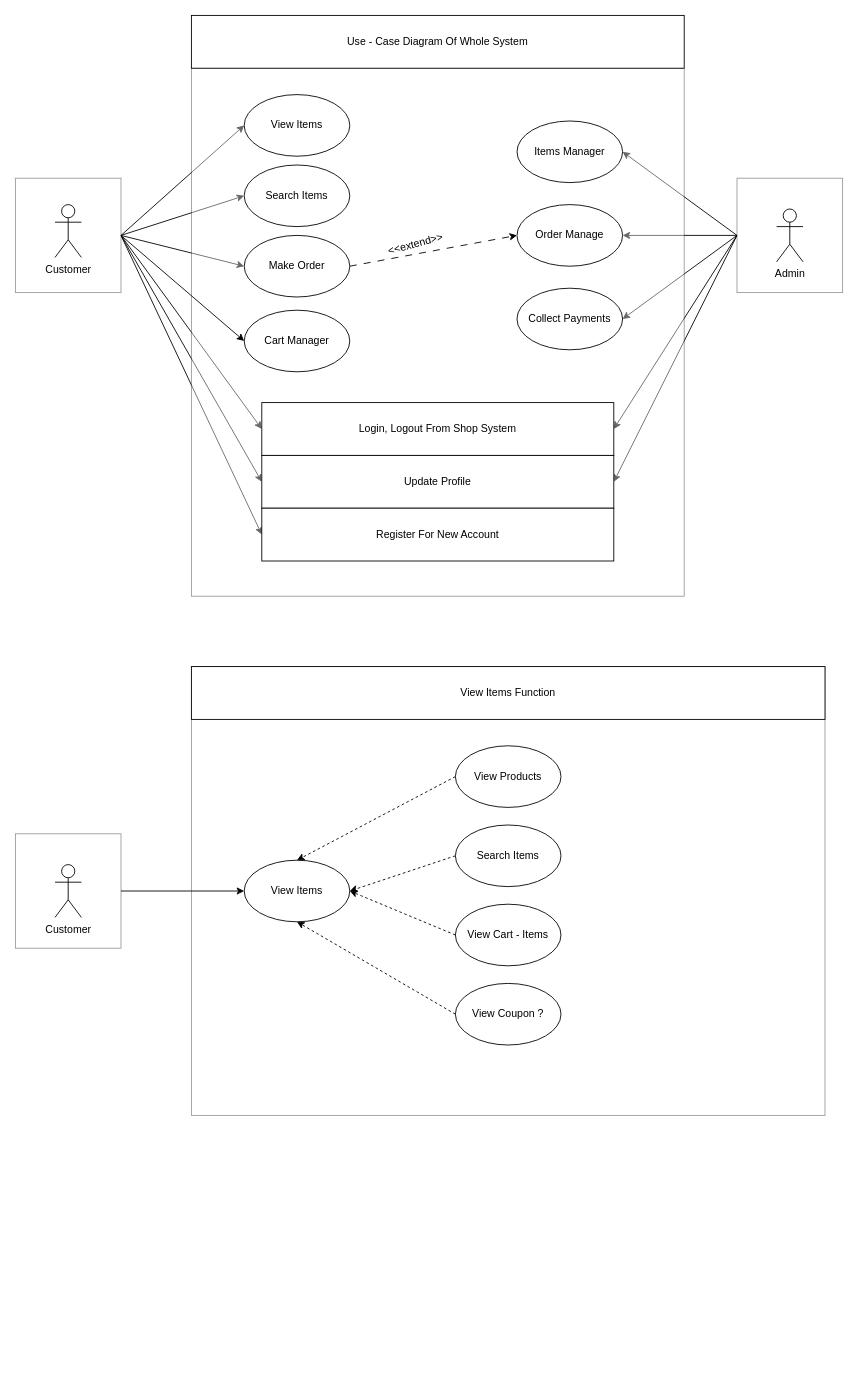
Before: UC-DIAGRAM/UC Diagram.drawio in hathongthuong2k3/-n-CNPM, a draw.io diagram. Source tidied: cells renumbered, new cells numbered last; positions are measured from the earlier drawing's top-left corner, leaving out a move shared by most shapes. Both pictures are drawn from the tidied source at 88%, with x=0, y=0 at pixel (15, 15).
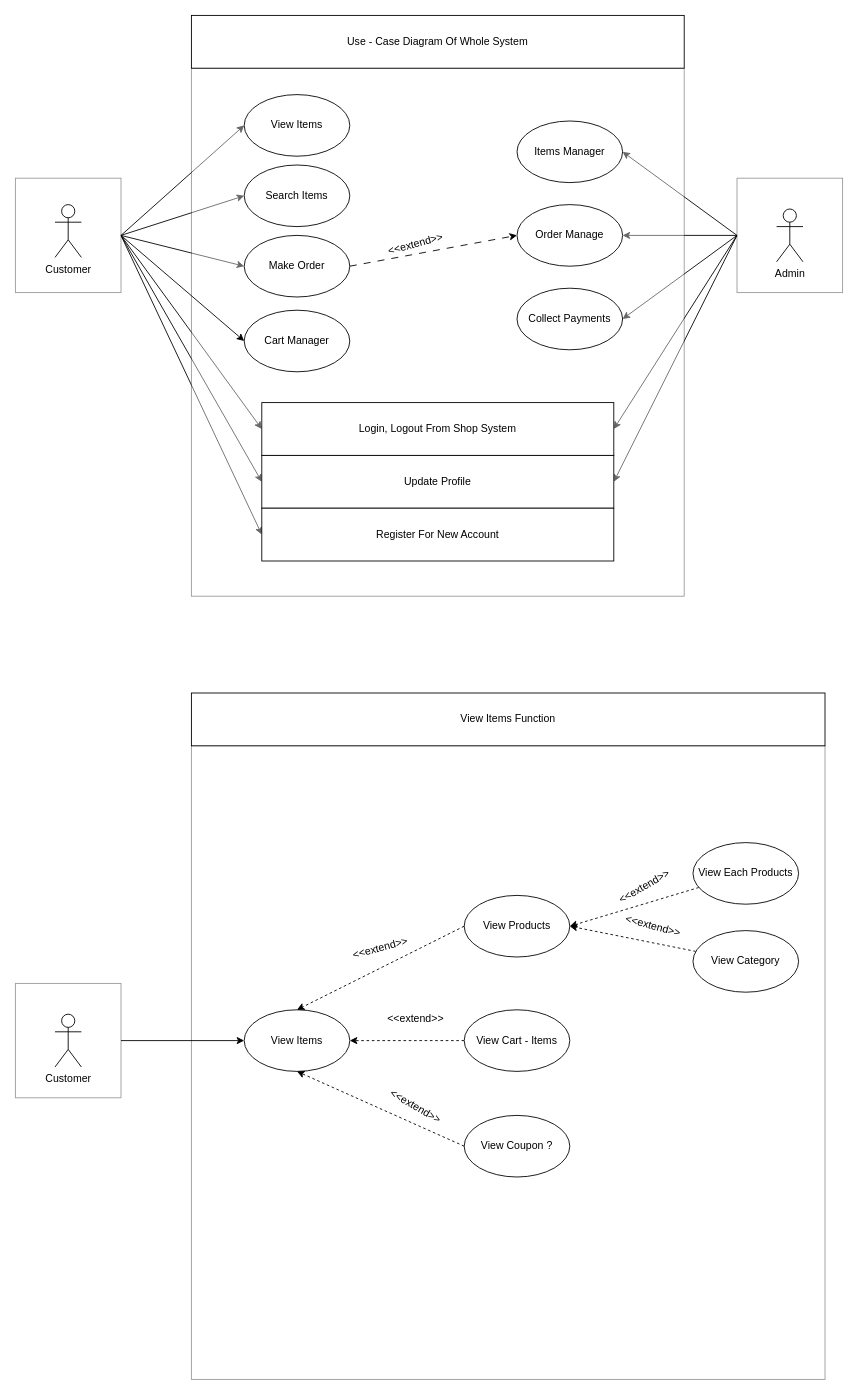
The same diagram, later.

Commit message (it also covers changes not shown here):
Cập nhật UC Diagram.drawio

The edit, as a diff of the source:
```diff
@@
     <mxCell id="32" style="rounded=0;whiteSpace=wrap;html=1;opacity=40;" parent="1" vertex="1">
-      <mxGeometry x="200" y="740" width="720" height="510" as="geometry" />
+      <mxGeometry x="200" y="830" width="720" height="720" as="geometry" />
     </mxCell>
     <mxCell id="33" value="View Items Function" style="rounded=0;whiteSpace=wrap;html=1;" parent="1" vertex="1">
-      <mxGeometry x="200" y="740" width="720" height="60" as="geometry" />
+      <mxGeometry x="200" y="770" width="720" height="60" as="geometry" />
     </mxCell>
@@
     <mxCell id="35" style="rounded=0;whiteSpace=wrap;html=1;opacity=40;" parent="1" vertex="1">
-      <mxGeometry y="930" width="120" height="130" as="geometry" />
+      <mxGeometry y="1100" width="120" height="130" as="geometry" />
     </mxCell>
     <mxCell id="36" value="Customer" style="shape=umlActor;verticalLabelPosition=bottom;verticalAlign=top;html=1;" parent="1" vertex="1">
-      <mxGeometry x="45" y="965" width="30" height="60" as="geometry" />
+      <mxGeometry x="45" y="1135" width="30" height="60" as="geometry" />
     </mxCell>
     <mxCell id="37" value="View Items" style="ellipse;whiteSpace=wrap;html=1;" parent="1" vertex="1">
-      <mxGeometry x="260" y="960" width="120" height="70" as="geometry" />
+      <mxGeometry x="260" y="1130" width="120" height="70" as="geometry" />
     </mxCell>
     <mxCell id="38" style="rounded=0;jettySize=auto;html=1;entryX=1;entryY=0.5;entryDx=0;entryDy=0;exitX=0;exitY=0.5;exitDx=0;exitDy=0;dashed=1;" parent="1" edge="1" source="39">
       <mxGeometry relative="1" as="geometry">
-        <mxPoint x="320" y="960" as="targetPoint" />
+        <mxPoint x="320" y="1130" as="targetPoint" />
       </mxGeometry>
     </mxCell>
     <mxCell id="39" value="View Products" style="ellipse;whiteSpace=wrap;html=1;" parent="1" vertex="1">
-      <mxGeometry x="500" y="830" width="120" height="70" as="geometry" />
+      <mxGeometry x="510" y="1000" width="120" height="70" as="geometry" />
     </mxCell>
-    <mxCell id="40" style="rounded=0;jettySize=auto;html=1;entryX=1;entryY=0.5;entryDx=0;entryDy=0;exitX=0;exitY=0.5;exitDx=0;exitDy=0;dashed=1;" parent="1" edge="1" source="41" target="37">
-      <mxGeometry relative="1" as="geometry" />
-    </mxCell>
-    <mxCell id="41" value="Search Items" style="ellipse;whiteSpace=wrap;html=1;" parent="1" vertex="1">
-      <mxGeometry x="500" y="920" width="120" height="70" as="geometry" />
-    </mxCell>
@@
     <mxCell id="43" value="View Cart - Items" style="ellipse;whiteSpace=wrap;html=1;" parent="1" vertex="1">
-      <mxGeometry x="500" y="1010" width="120" height="70" as="geometry" />
+      <mxGeometry x="510" y="1130" width="120" height="70" as="geometry" />
     </mxCell>
@@
     <mxCell id="45" value="View Coupon ?" style="ellipse;whiteSpace=wrap;html=1;" parent="1" vertex="1">
-      <mxGeometry x="500" y="1100" width="120" height="70" as="geometry" />
+      <mxGeometry x="510" y="1250" width="120" height="70" as="geometry" />
     </mxCell>
+    <mxCell id="46" style="rounded=0;jettySize=auto;html=1;entryX=1;entryY=0.5;entryDx=0;entryDy=0;dashed=1;" parent="1" edge="1" source="47" target="39">
+      <mxGeometry relative="1" as="geometry" />
+    </mxCell>
+    <mxCell id="47" value="View Category" style="ellipse;whiteSpace=wrap;html=1;" parent="1" vertex="1">
+      <mxGeometry x="770" y="1040" width="120" height="70" as="geometry" />
+    </mxCell>
+    <mxCell id="48" style="rounded=0;jettySize=auto;html=1;entryX=1;entryY=0.5;entryDx=0;entryDy=0;dashed=1;" parent="1" edge="1" source="49" target="39">
+      <mxGeometry relative="1" as="geometry" />
+    </mxCell>
+    <mxCell id="49" value="View Each Products" style="ellipse;whiteSpace=wrap;html=1;" parent="1" vertex="1">
+      <mxGeometry x="770" y="940" width="120" height="70" as="geometry" />
+    </mxCell>
+    <mxCell id="50" value="&amp;lt;&amp;lt;extend&amp;gt;&amp;gt;" style="text;html=1;strokeColor=none;fillColor=none;align=center;verticalAlign=middle;whiteSpace=wrap;rounded=0;direction=south;rotation=-15;" parent="1" vertex="1">
+      <mxGeometry x="400" y="1030" width="30" height="60" as="geometry" />
+    </mxCell>
+    <mxCell id="51" value="&amp;lt;&amp;lt;extend&amp;gt;&amp;gt;" style="text;html=1;strokeColor=none;fillColor=none;align=center;verticalAlign=middle;whiteSpace=wrap;rounded=0;direction=south;rotation=0;" parent="1" vertex="1">
+      <mxGeometry x="440" y="1110" width="30" height="60" as="geometry" />
+    </mxCell>
+    <mxCell id="52" value="&amp;lt;&amp;lt;extend&amp;gt;&amp;gt;" style="text;html=1;strokeColor=none;fillColor=none;align=center;verticalAlign=middle;whiteSpace=wrap;rounded=0;direction=south;rotation=30;" parent="1" vertex="1">
+      <mxGeometry x="440" y="1210" width="30" height="60" as="geometry" />
+    </mxCell>
+    <mxCell id="53" value="&amp;lt;&amp;lt;extend&amp;gt;&amp;gt;" style="text;html=1;strokeColor=none;fillColor=none;align=center;verticalAlign=middle;whiteSpace=wrap;rounded=0;direction=south;rotation=-30;" parent="1" vertex="1">
+      <mxGeometry x="700" y="960" width="30" height="60" as="geometry" />
+    </mxCell>
+    <mxCell id="54" value="&amp;lt;&amp;lt;extend&amp;gt;&amp;gt;" style="text;html=1;strokeColor=none;fillColor=none;align=center;verticalAlign=middle;whiteSpace=wrap;rounded=0;direction=south;rotation=15;" parent="1" vertex="1">
+      <mxGeometry x="710" y="1005" width="30" height="60" as="geometry" />
+    </mxCell>
```
